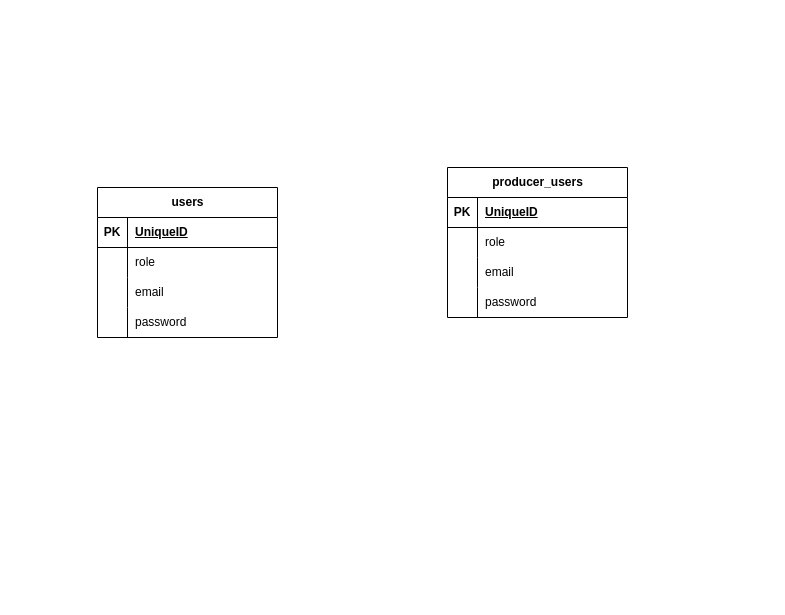
charlesmudima/draw.io keeps this draw.io diagram as WineAppSchema.drawio. Above is the earlier version. Source tidied: cells renumbered, new cells numbered last; positions are measured from the earlier drawing's top-left corner, leaving out a move shared by most shapes. Both pictures are drawn from the tidied source at 100%, with x=0, y=0 at pixel (97, 167).
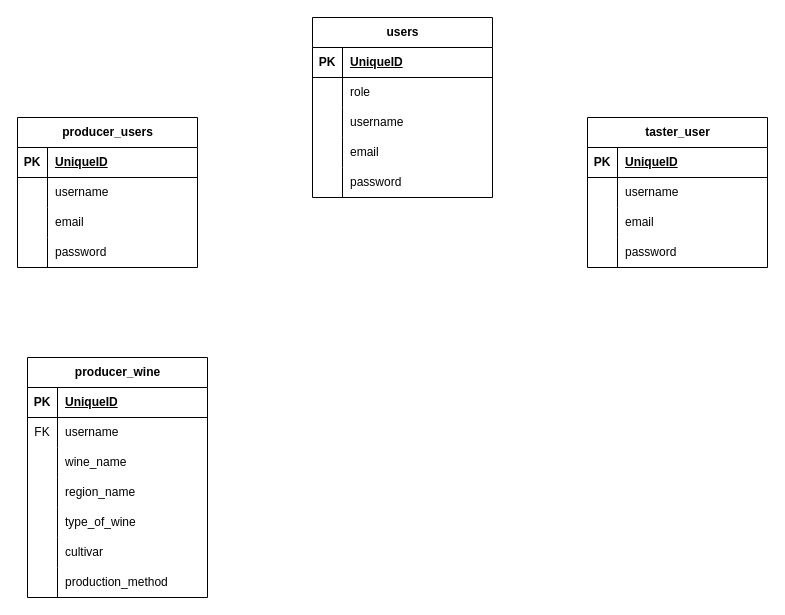
After the change.

Unchanged cells that the change refers to:
```xml
<mxCell id="19" style="shape=tableRow;horizontal=0;startSize=0;swimlaneHead=0;swimlaneBody=0;fillColor=none;top=0;left=0;right=0;bottom=0;" parent="15" vertex="1">
  <mxGeometry y="60" width="180" height="30" as="geometry" />
</mxCell>
```

Diff of the diagram source:
```diff
@@
     <mxCell id="2" value="users" style="shape=table;startSize=30;childLayout=tableLayout;rowLines=0;fontStyle=1;align=center;html=1;" parent="1" vertex="1">
-      <mxGeometry y="20" width="180" height="150" as="geometry" />
+      <mxGeometry x="215" y="-150" width="180" height="180" as="geometry" />
     </mxCell>
@@
+    <mxCell id="28" style="shape=tableRow;horizontal=0;startSize=0;swimlaneHead=0;swimlaneBody=0;fillColor=none;top=0;left=0;right=0;bottom=0;" parent="2" vertex="1">
+      <mxGeometry y="90" width="180" height="30" as="geometry" />
+    </mxCell>
+    <mxCell id="29" style="shape=partialRectangle;fillColor=none;top=0;left=0;bottom=0;right=0;overflow=hidden;whiteSpace=wrap;html=1;" parent="28" vertex="1">
+      <mxGeometry width="30" height="30" as="geometry" />
+    </mxCell>
+    <mxCell id="30" value="username" style="shape=partialRectangle;fillColor=none;top=0;left=0;bottom=0;right=0;align=left;spacingLeft=6;overflow=hidden;whiteSpace=wrap;html=1;" parent="28" vertex="1">
+      <mxGeometry x="30" width="150" height="30" as="geometry" />
+    </mxCell>
     <mxCell id="9" style="shape=tableRow;horizontal=0;startSize=0;swimlaneHead=0;swimlaneBody=0;fillColor=none;top=0;left=0;right=0;bottom=0;" parent="2" vertex="1">
-      <mxGeometry y="90" width="180" height="30" as="geometry" />
+      <mxGeometry y="120" width="180" height="30" as="geometry" />
     </mxCell>
@@
     <mxCell id="12" style="shape=tableRow;horizontal=0;startSize=0;swimlaneHead=0;swimlaneBody=0;fillColor=none;top=0;left=0;right=0;bottom=0;" parent="2" vertex="1">
-      <mxGeometry y="120" width="180" height="30" as="geometry" />
+      <mxGeometry y="150" width="180" height="30" as="geometry" />
     </mxCell>
@@
     <mxCell id="15" value="producer_users" style="shape=table;startSize=30;childLayout=tableLayout;rowLines=0;fontStyle=1;align=center;html=1;" parent="1" vertex="1">
-      <mxGeometry x="350" width="180" height="150" as="geometry" />
+      <mxGeometry x="-80" y="-50" width="180" height="150" as="geometry" />
     </mxCell>
@@
-    <mxCell id="21" value="role&lt;span style=&quot;white-space: pre;&quot;&gt;&#9;&lt;/span&gt;" style="shape=partialRectangle;fillColor=none;top=0;left=0;bottom=0;right=0;align=left;spacingLeft=6;overflow=hidden;whiteSpace=wrap;html=1;" parent="19" vertex="1">
+    <mxCell id="21" value="username" style="shape=partialRectangle;fillColor=none;top=0;left=0;bottom=0;right=0;align=left;spacingLeft=6;overflow=hidden;whiteSpace=wrap;html=1;" parent="19" vertex="1">
       <mxGeometry x="30" width="150" height="30" as="geometry" />
     </mxCell>
@@
+    <mxCell id="31" value="producer_wine" style="shape=table;startSize=30;childLayout=tableLayout;rowLines=0;fontStyle=1;align=center;html=1;" parent="1" vertex="1">
+      <mxGeometry x="-70" y="190" width="180" height="240" as="geometry" />
+    </mxCell>
+    <mxCell id="32" style="shape=tableRow;horizontal=0;startSize=0;swimlaneHead=0;swimlaneBody=0;fillColor=none;top=0;left=0;right=0;bottom=1;" parent="31" vertex="1">
+      <mxGeometry y="30" width="180" height="30" as="geometry" />
+    </mxCell>
+    <mxCell id="33" value="PK" style="shape=partialRectangle;fillColor=none;top=0;left=0;bottom=0;right=0;fontStyle=1;overflow=hidden;whiteSpace=wrap;html=1;" parent="32" vertex="1">
+      <mxGeometry width="30" height="30" as="geometry" />
+    </mxCell>
+    <mxCell id="34" value="UniqueID" style="shape=partialRectangle;fillColor=none;top=0;left=0;bottom=0;right=0;align=left;spacingLeft=6;fontStyle=5;overflow=hidden;whiteSpace=wrap;html=1;" parent="32" vertex="1">
+      <mxGeometry x="30" width="150" height="30" as="geometry" />
+    </mxCell>
+    <mxCell id="35" style="shape=tableRow;horizontal=0;startSize=0;swimlaneHead=0;swimlaneBody=0;fillColor=none;top=0;left=0;right=0;bottom=0;" parent="31" vertex="1">
+      <mxGeometry y="60" width="180" height="30" as="geometry" />
+    </mxCell>
+    <mxCell id="36" value="FK" style="shape=partialRectangle;fillColor=none;top=0;left=0;bottom=0;right=0;overflow=hidden;whiteSpace=wrap;html=1;" parent="35" vertex="1">
+      <mxGeometry width="30" height="30" as="geometry" />
+    </mxCell>
+    <mxCell id="37" value="username" style="shape=partialRectangle;fillColor=none;top=0;left=0;bottom=0;right=0;align=left;spacingLeft=6;overflow=hidden;whiteSpace=wrap;html=1;" parent="35" vertex="1">
+      <mxGeometry x="30" width="150" height="30" as="geometry" />
+    </mxCell>
+    <mxCell id="38" style="shape=tableRow;horizontal=0;startSize=0;swimlaneHead=0;swimlaneBody=0;fillColor=none;top=0;left=0;right=0;bottom=0;" parent="31" vertex="1">
+      <mxGeometry y="90" width="180" height="30" as="geometry" />
+    </mxCell>
+    <mxCell id="39" style="shape=partialRectangle;fillColor=none;top=0;left=0;bottom=0;right=0;overflow=hidden;whiteSpace=wrap;html=1;" parent="38" vertex="1">
+      <mxGeometry width="30" height="30" as="geometry" />
+    </mxCell>
+    <mxCell id="40" value="wine_name" style="shape=partialRectangle;fillColor=none;top=0;left=0;bottom=0;right=0;align=left;spacingLeft=6;overflow=hidden;whiteSpace=wrap;html=1;" parent="38" vertex="1">
+      <mxGeometry x="30" width="150" height="30" as="geometry" />
+    </mxCell>
+    <mxCell id="41" style="shape=tableRow;horizontal=0;startSize=0;swimlaneHead=0;swimlaneBody=0;fillColor=none;top=0;left=0;right=0;bottom=0;" parent="31" vertex="1">
+      <mxGeometry y="120" width="180" height="30" as="geometry" />
+    </mxCell>
+    <mxCell id="42" style="shape=partialRectangle;fillColor=none;top=0;left=0;bottom=0;right=0;overflow=hidden;whiteSpace=wrap;html=1;" parent="41" vertex="1">
+      <mxGeometry width="30" height="30" as="geometry" />
+    </mxCell>
+    <mxCell id="43" value="region_name" style="shape=partialRectangle;fillColor=none;top=0;left=0;bottom=0;right=0;align=left;spacingLeft=6;overflow=hidden;whiteSpace=wrap;html=1;" parent="41" vertex="1">
+      <mxGeometry x="30" width="150" height="30" as="geometry" />
+    </mxCell>
+    <mxCell id="44" style="shape=tableRow;horizontal=0;startSize=0;swimlaneHead=0;swimlaneBody=0;fillColor=none;top=0;left=0;right=0;bottom=0;" parent="31" vertex="1">
+      <mxGeometry y="150" width="180" height="30" as="geometry" />
+    </mxCell>
+    <mxCell id="45" style="shape=partialRectangle;fillColor=none;top=0;left=0;bottom=0;right=0;overflow=hidden;whiteSpace=wrap;html=1;" parent="44" vertex="1">
+      <mxGeometry width="30" height="30" as="geometry" />
+    </mxCell>
+    <mxCell id="46" value="type_of_wine" style="shape=partialRectangle;fillColor=none;top=0;left=0;bottom=0;right=0;align=left;spacingLeft=6;overflow=hidden;whiteSpace=wrap;html=1;" parent="44" vertex="1">
+      <mxGeometry x="30" width="150" height="30" as="geometry" />
+    </mxCell>
+    <mxCell id="47" style="shape=tableRow;horizontal=0;startSize=0;swimlaneHead=0;swimlaneBody=0;fillColor=none;top=0;left=0;right=0;bottom=0;" parent="31" vertex="1">
+      <mxGeometry y="180" width="180" height="30" as="geometry" />
+    </mxCell>
+    <mxCell id="48" style="shape=partialRectangle;fillColor=none;top=0;left=0;bottom=0;right=0;overflow=hidden;whiteSpace=wrap;html=1;" parent="47" vertex="1">
+      <mxGeometry width="30" height="30" as="geometry" />
+    </mxCell>
+    <mxCell id="49" value="cultivar" style="shape=partialRectangle;fillColor=none;top=0;left=0;bottom=0;right=0;align=left;spacingLeft=6;overflow=hidden;whiteSpace=wrap;html=1;" parent="47" vertex="1">
+      <mxGeometry x="30" width="150" height="30" as="geometry" />
+    </mxCell>
+    <mxCell id="50" style="shape=tableRow;horizontal=0;startSize=0;swimlaneHead=0;swimlaneBody=0;fillColor=none;top=0;left=0;right=0;bottom=0;" parent="31" vertex="1">
+      <mxGeometry y="210" width="180" height="30" as="geometry" />
+    </mxCell>
+    <mxCell id="51" style="shape=partialRectangle;fillColor=none;top=0;left=0;bottom=0;right=0;overflow=hidden;whiteSpace=wrap;html=1;" parent="50" vertex="1">
+      <mxGeometry width="30" height="30" as="geometry" />
+    </mxCell>
+    <mxCell id="52" value="production_method" style="shape=partialRectangle;fillColor=none;top=0;left=0;bottom=0;right=0;align=left;spacingLeft=6;overflow=hidden;whiteSpace=wrap;html=1;" parent="50" vertex="1">
+      <mxGeometry x="30" width="150" height="30" as="geometry" />
+    </mxCell>
+    <mxCell id="53" value="taster_user" style="shape=table;startSize=30;childLayout=tableLayout;rowLines=0;fontStyle=1;align=center;html=1;" parent="1" vertex="1">
+      <mxGeometry x="490" y="-50" width="180" height="150" as="geometry" />
+    </mxCell>
+    <mxCell id="54" style="shape=tableRow;horizontal=0;startSize=0;swimlaneHead=0;swimlaneBody=0;fillColor=none;top=0;left=0;right=0;bottom=1;" parent="53" vertex="1">
+      <mxGeometry y="30" width="180" height="30" as="geometry" />
+    </mxCell>
+    <mxCell id="55" value="PK" style="shape=partialRectangle;fillColor=none;top=0;left=0;bottom=0;right=0;fontStyle=1;overflow=hidden;whiteSpace=wrap;html=1;" parent="54" vertex="1">
+      <mxGeometry width="30" height="30" as="geometry" />
+    </mxCell>
+    <mxCell id="56" value="UniqueID" style="shape=partialRectangle;fillColor=none;top=0;left=0;bottom=0;right=0;align=left;spacingLeft=6;fontStyle=5;overflow=hidden;whiteSpace=wrap;html=1;" parent="54" vertex="1">
+      <mxGeometry x="30" width="150" height="30" as="geometry" />
+    </mxCell>
+    <mxCell id="57" style="shape=tableRow;horizontal=0;startSize=0;swimlaneHead=0;swimlaneBody=0;fillColor=none;top=0;left=0;right=0;bottom=0;" parent="53" vertex="1">
+      <mxGeometry y="60" width="180" height="30" as="geometry" />
+    </mxCell>
+    <mxCell id="58" style="shape=partialRectangle;fillColor=none;top=0;left=0;bottom=0;right=0;overflow=hidden;whiteSpace=wrap;html=1;" parent="57" vertex="1">
+      <mxGeometry width="30" height="30" as="geometry" />
+    </mxCell>
+    <mxCell id="59" value="username" style="shape=partialRectangle;fillColor=none;top=0;left=0;bottom=0;right=0;align=left;spacingLeft=6;overflow=hidden;whiteSpace=wrap;html=1;" parent="57" vertex="1">
+      <mxGeometry x="30" width="150" height="30" as="geometry" />
+    </mxCell>
+    <mxCell id="60" style="shape=tableRow;horizontal=0;startSize=0;swimlaneHead=0;swimlaneBody=0;fillColor=none;top=0;left=0;right=0;bottom=0;" parent="53" vertex="1">
+      <mxGeometry y="90" width="180" height="30" as="geometry" />
+    </mxCell>
+    <mxCell id="61" style="shape=partialRectangle;fillColor=none;top=0;left=0;bottom=0;right=0;overflow=hidden;whiteSpace=wrap;html=1;" parent="60" vertex="1">
+      <mxGeometry width="30" height="30" as="geometry" />
+    </mxCell>
+    <mxCell id="62" value="email" style="shape=partialRectangle;fillColor=none;top=0;left=0;bottom=0;right=0;align=left;spacingLeft=6;overflow=hidden;whiteSpace=wrap;html=1;" parent="60" vertex="1">
+      <mxGeometry x="30" width="150" height="30" as="geometry" />
+    </mxCell>
+    <mxCell id="63" style="shape=tableRow;horizontal=0;startSize=0;swimlaneHead=0;swimlaneBody=0;fillColor=none;top=0;left=0;right=0;bottom=0;" parent="53" vertex="1">
+      <mxGeometry y="120" width="180" height="30" as="geometry" />
+    </mxCell>
+    <mxCell id="64" style="shape=partialRectangle;fillColor=none;top=0;left=0;bottom=0;right=0;overflow=hidden;whiteSpace=wrap;html=1;" parent="63" vertex="1">
+      <mxGeometry width="30" height="30" as="geometry" />
+    </mxCell>
+    <mxCell id="65" value="password" style="shape=partialRectangle;fillColor=none;top=0;left=0;bottom=0;right=0;align=left;spacingLeft=6;overflow=hidden;whiteSpace=wrap;html=1;" parent="63" vertex="1">
+      <mxGeometry x="30" width="150" height="30" as="geometry" />
+    </mxCell>
```
